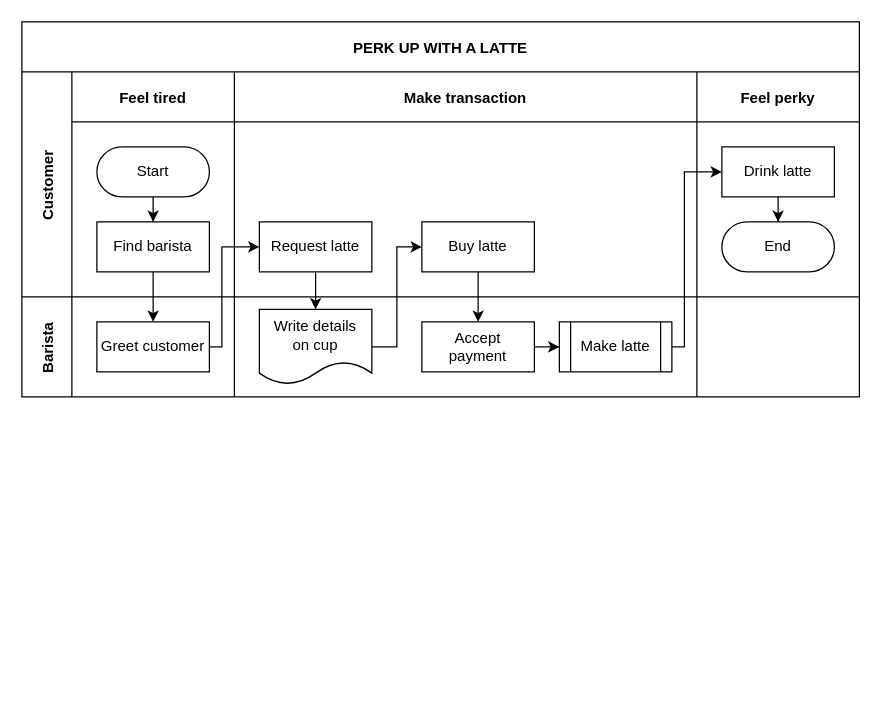
This is Untitled Diagram.drawio from frizcool/EasyForYou, a draw.io file, before an edit. Source tidied: cells renumbered, new cells numbered last; positions are measured from the earlier drawing's top-left corner, leaving out a move shared by most shapes. Both pictures are drawn from the tidied source at 125%, with x=0, y=0 at pixel (21, 21).
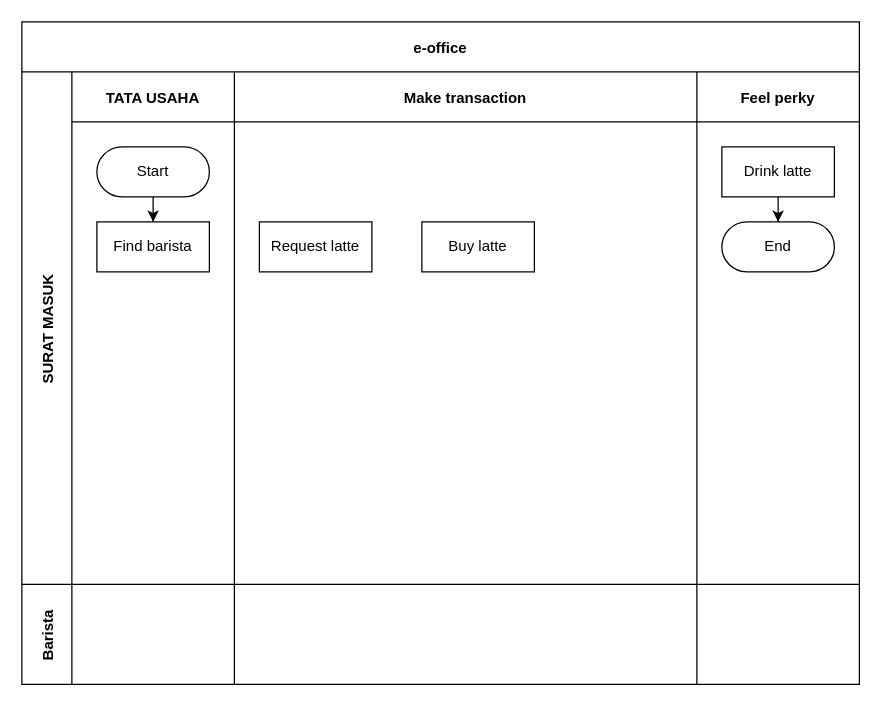
Above is the later version.

Unchanged cells that the change refers to:
```xml
<mxCell id="8" value="Find barista" style="rounded=0;whiteSpace=wrap;html=1;" parent="5" vertex="1">
  <mxGeometry x="20" y="120" width="90" height="40" as="geometry" />
</mxCell>
<mxCell id="10" value="Request latte" style="rounded=0;whiteSpace=wrap;html=1;" parent="9" vertex="1">
  <mxGeometry x="20" y="120" width="90" height="40" as="geometry" />
</mxCell>
<mxCell id="11" value="Buy latte" style="rounded=0;whiteSpace=wrap;html=1;" parent="9" vertex="1">
  <mxGeometry x="150" y="120" width="90" height="40" as="geometry" />
</mxCell>
<mxCell id="14" value="Drink latte" style="rounded=0;whiteSpace=wrap;html=1;" parent="12" vertex="1">
  <mxGeometry x="20" y="60" width="90" height="40" as="geometry" />
</mxCell>
<mxCell id="17" style="swimlane;swimlaneHead=0;swimlaneBody=0;fillColor=none;startSize=0;fontStyle=1;" parent="16" vertex="1">
  <mxGeometry x="40" width="130" height="80" as="geometry" />
</mxCell>
<mxCell id="19" style="swimlane;swimlaneHead=0;swimlaneBody=0;fillColor=none;startSize=0;fontStyle=1;" parent="16" vertex="1">
  <mxGeometry x="170" width="370" height="80" as="geometry" />
</mxCell>
```

The edit, as a diff of the source:
```diff
@@
-    <mxCell id="2" value="PERK UP WITH A LATTE" style="shape=table;childLayout=tableLayout;startSize=40;fillColor=none;fontStyle=1;" parent="1" vertex="1">
-      <mxGeometry width="670" height="300" as="geometry" />
+    <mxCell id="2" value="e-office" style="shape=table;childLayout=tableLayout;startSize=40;fillColor=none;fontStyle=1;" parent="1" vertex="1">
+      <mxGeometry width="670" height="530" as="geometry" />
     </mxCell>
-    <mxCell id="3" style="edgeStyle=orthogonalEdgeStyle;rounded=0;jettySize=auto;html=1;" parent="2" edge="1" source="8" target="18">
-      <mxGeometry relative="1" as="geometry" />
-    </mxCell>
-    <mxCell id="4" value="Customer" style="shape=tableRow;horizontal=0;swimlaneHead=0;swimlaneBody=0;top=0;left=0;bottom=0;right=0;fillColor=none;startSize=40;fontStyle=1;" parent="2" vertex="1">
-      <mxGeometry y="40" width="670" height="180" as="geometry" />
+    <mxCell id="4" value="SURAT MASUK" style="shape=tableRow;horizontal=0;swimlaneHead=0;swimlaneBody=0;top=0;left=0;bottom=0;right=0;fillColor=none;startSize=40;fontStyle=1;" parent="2" vertex="1">
+      <mxGeometry y="40" width="670" height="410" as="geometry" />
     </mxCell>
-    <mxCell id="5" value="Feel tired" style="swimlane;swimlaneHead=0;swimlaneBody=0;fillColor=none;startSize=40;fontStyle=1;" parent="4" vertex="1">
-      <mxGeometry x="40" width="130" height="180" as="geometry" />
+    <mxCell id="5" value="TATA USAHA" style="swimlane;swimlaneHead=0;swimlaneBody=0;fillColor=none;startSize=40;fontStyle=1;" parent="4" vertex="1">
+      <mxGeometry x="40" width="130" height="410" as="geometry" />
     </mxCell>
@@
     <mxCell id="9" value="Make transaction" style="swimlane;swimlaneHead=0;swimlaneBody=0;fillColor=none;startSize=40;fontStyle=1;" parent="4" vertex="1">
-      <mxGeometry x="170" width="370" height="180" as="geometry" />
+      <mxGeometry x="170" width="370" height="410" as="geometry" />
     </mxCell>
@@
     <mxCell id="12" value="Feel perky" style="swimlane;swimlaneHead=0;swimlaneBody=0;fillColor=none;startSize=40;fontStyle=1;" parent="4" vertex="1">
-      <mxGeometry x="540" width="130" height="180" as="geometry" />
+      <mxGeometry x="540" width="130" height="410" as="geometry" />
     </mxCell>
@@
     <mxCell id="16" value="Barista" style="shape=tableRow;horizontal=0;swimlaneHead=0;swimlaneBody=0;top=0;left=0;bottom=0;right=0;fillColor=none;startSize=40;fontStyle=1;" parent="2" vertex="1">
-      <mxGeometry y="220" width="670" height="80" as="geometry" />
+      <mxGeometry y="450" width="670" height="80" as="geometry" />
     </mxCell>
@@
-    <mxCell id="18" value="Greet customer" style="rounded=0;whiteSpace=wrap;html=1;" parent="17" vertex="1">
-      <mxGeometry x="20" y="20" width="90" height="40" as="geometry" />
-    </mxCell>
@@
-    <mxCell id="20" style="edgeStyle=orthogonalEdgeStyle;rounded=0;jettySize=auto;html=1;" parent="19" edge="1" source="21" target="23">
-      <mxGeometry relative="1" as="geometry" />
-    </mxCell>
-    <mxCell id="21" value="Accept&lt;br&gt;payment" style="rounded=0;whiteSpace=wrap;html=1;" parent="19" vertex="1">
-      <mxGeometry x="150" y="20" width="90" height="40" as="geometry" />
-    </mxCell>
-    <mxCell id="22" value="Write details&lt;br&gt;on cup" style="shape=document;whiteSpace=wrap;html=1;boundedLbl=1;" parent="19" vertex="1">
-      <mxGeometry x="20" y="10" width="90" height="60" as="geometry" />
-    </mxCell>
-    <mxCell id="23" value="Make latte" style="shape=process;whiteSpace=wrap;html=1;backgroundOutline=1;" parent="19" vertex="1">
-      <mxGeometry x="260" y="20" width="90" height="40" as="geometry" />
-    </mxCell>
@@
-    <mxCell id="25" style="edgeStyle=orthogonalEdgeStyle;rounded=0;jettySize=auto;html=1;" parent="2" edge="1" source="18" target="10">
-      <mxGeometry relative="1" as="geometry">
-        <Array as="points">
-          <mxPoint x="160" y="260" />
-          <mxPoint x="160" y="180" />
-        </Array>
-      </mxGeometry>
-    </mxCell>
-    <mxCell id="26" style="edgeStyle=orthogonalEdgeStyle;rounded=0;jettySize=auto;html=1;" parent="2" edge="1" source="10" target="22">
-      <mxGeometry relative="1" as="geometry" />
-    </mxCell>
-    <mxCell id="27" style="edgeStyle=orthogonalEdgeStyle;rounded=0;jettySize=auto;html=1;" parent="2" edge="1" source="22" target="11">
-      <mxGeometry relative="1" as="geometry">
-        <Array as="points">
-          <mxPoint x="300" y="260" />
-          <mxPoint x="300" y="180" />
-        </Array>
-      </mxGeometry>
-    </mxCell>
-    <mxCell id="28" style="edgeStyle=orthogonalEdgeStyle;rounded=0;jettySize=auto;html=1;" parent="2" edge="1" source="11" target="21">
-      <mxGeometry relative="1" as="geometry" />
-    </mxCell>
-    <mxCell id="29" style="edgeStyle=orthogonalEdgeStyle;rounded=0;jettySize=auto;html=1;" parent="2" edge="1" source="23" target="14">
-      <mxGeometry relative="1" as="geometry">
-        <Array as="points">
-          <mxPoint x="530" y="260" />
-          <mxPoint x="530" y="120" />
-        </Array>
-      </mxGeometry>
-    </mxCell>
```
